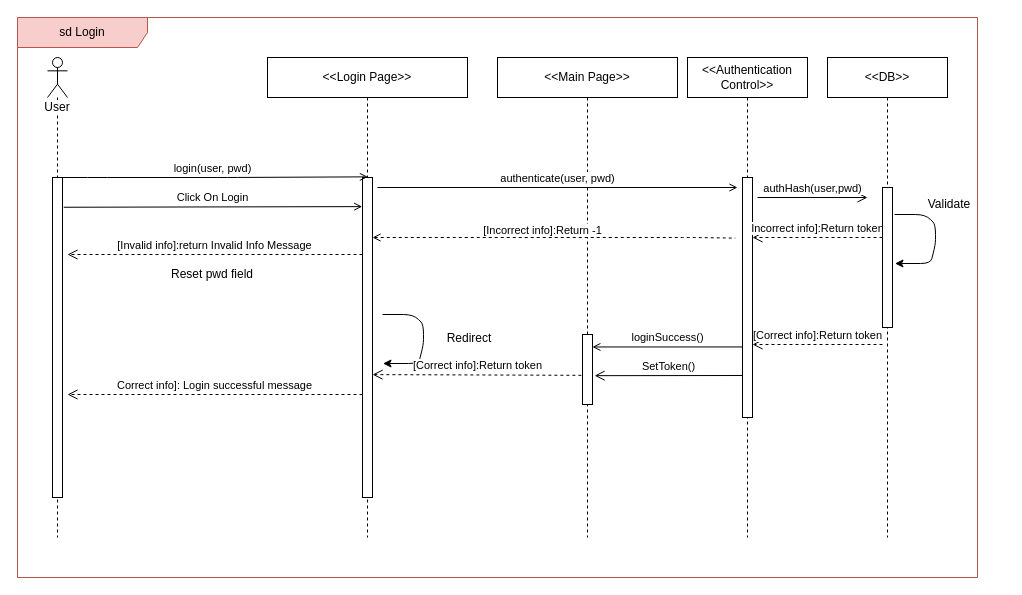
Before: page "LogIn-SD" (1 of 21) of SequenceDiagram/Middleware_CarBaMaSequenceDiagram.drawio in MelvinMo/CarBaMa_Automotive-Sale-Application, a draw.io diagram. Source tidied: cells renumbered, new cells numbered last; positions are measured from the earlier drawing's top-left corner, leaving out a move shared by most shapes. Both pictures are drawn from the tidied source at 100%, with x=0, y=0 at pixel (17, 17).
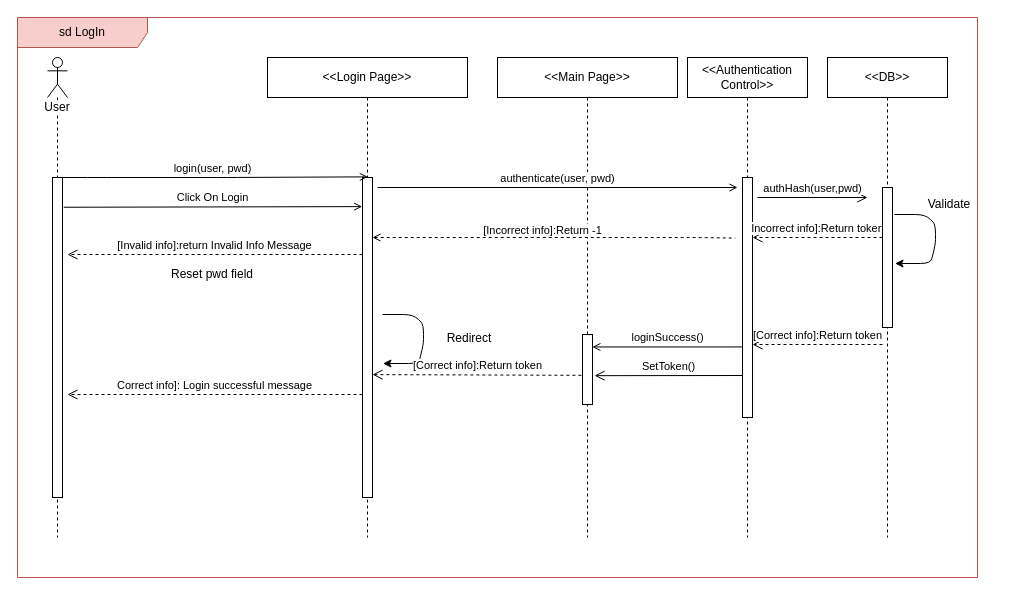
The same diagram, later.

What changed in the source:
```diff
@@
-    <mxCell id="2" value="sd Login" style="shape=umlFrame;whiteSpace=wrap;html=1;width=130;height=30;fillColor=#f8cecc;strokeColor=#b85450;" parent="1" vertex="1">
+    <mxCell id="2" value="sd LogIn" style="shape=umlFrame;whiteSpace=wrap;html=1;width=130;height=30;fillColor=#f8cecc;strokeColor=#b85450;" parent="1" vertex="1">
       <mxGeometry width="960" height="560" as="geometry" />
     </mxCell>
```
